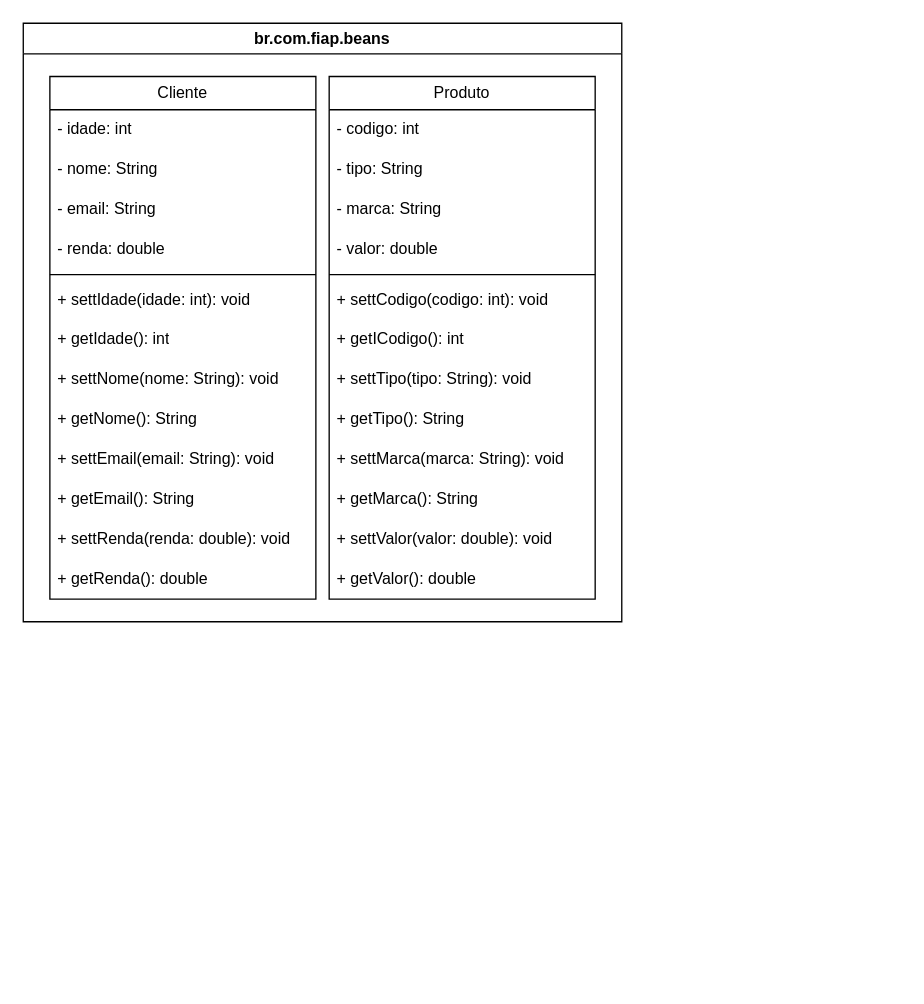
The draw.io diagram modelagem_de_classes.drawio in Gustavo-Bosak/domain-driven-design-using-java, before the edit. Source tidied: cells renumbered, new cells numbered last; positions are measured from the earlier drawing's top-left corner, leaving out a move shared by most shapes. Both pictures are drawn from the tidied source at 133%, with x=0, y=0 at pixel (23, 23).
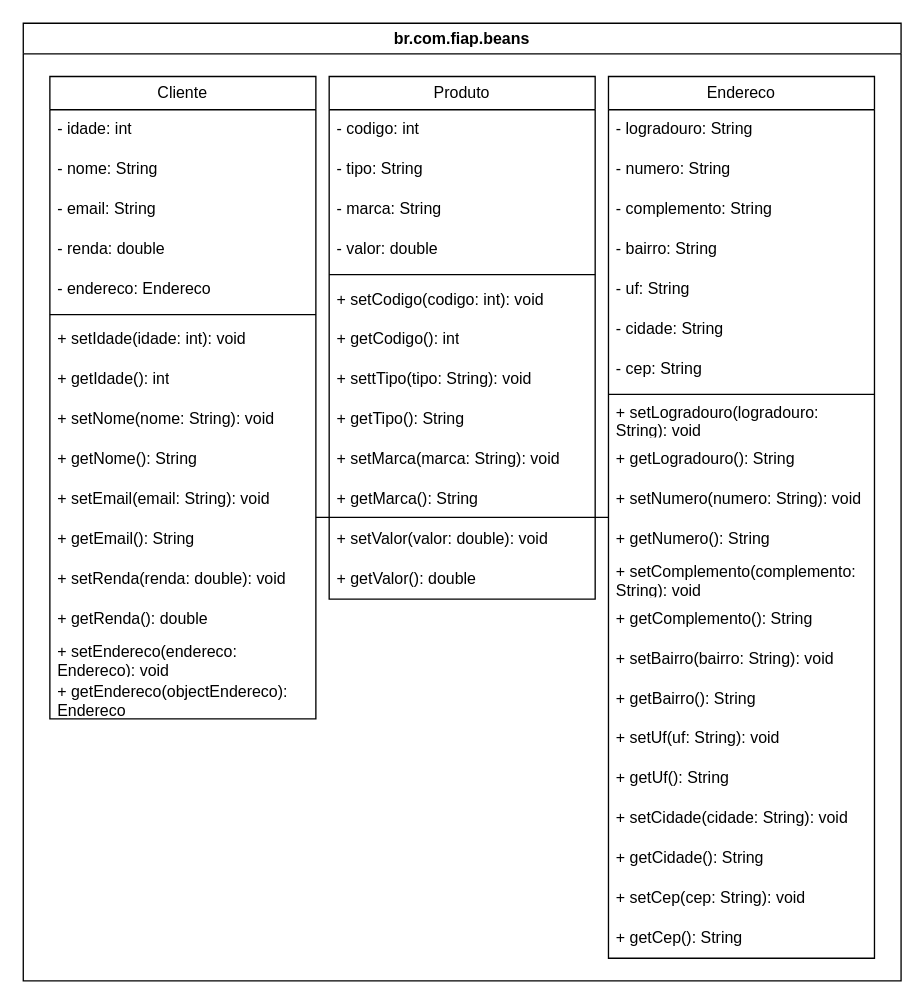
The same page after the edit.

Unchanged cells that the change refers to:
```xml
<mxCell id="17" value="Produto" style="swimlane;fontStyle=0;horizontal=1;startSize=25;whiteSpace=wrap;html=1;" parent="2" vertex="1">
  <mxGeometry x="230" y="40" width="200" height="393" as="geometry" />
</mxCell>
```

What changed in the source:
```diff
@@
     <mxCell id="2" value="br.com.fiap.beans" style="swimlane;whiteSpace=wrap;html=1;" parent="1" vertex="1">
-      <mxGeometry width="450" height="450" as="geometry" />
+      <mxGeometry width="660" height="720" as="geometry" />
     </mxCell>
     <mxCell id="3" value="Cliente" style="swimlane;fontStyle=0;horizontal=1;startSize=25;whiteSpace=wrap;html=1;" parent="2" vertex="1">
-      <mxGeometry x="20" y="40" width="200" height="393" as="geometry" />
+      <mxGeometry x="20" y="40" width="200" height="483" as="geometry" />
     </mxCell>
@@
+    <mxCell id="31" value="- endereco: Endereco" style="text;strokeColor=none;fillColor=none;align=left;verticalAlign=middle;spacingLeft=4;spacingRight=4;overflow=hidden;whiteSpace=wrap;html=1;" parent="3" vertex="1">
+      <mxGeometry y="145" width="200" height="30" as="geometry" />
+    </mxCell>
     <mxCell id="8" style="line;strokeWidth=1;fillColor=none;align=left;verticalAlign=middle;spacingTop=-1;spacingLeft=3;spacingRight=3;labelPosition=right;strokeColor=inherit;" parent="3" vertex="1">
-      <mxGeometry y="145" width="200" height="8" as="geometry" />
+      <mxGeometry y="175" width="200" height="8" as="geometry" />
     </mxCell>
-    <mxCell id="9" value="+ settIdade(idade: int): void" style="text;strokeColor=none;fillColor=none;align=left;verticalAlign=middle;spacingLeft=4;spacingRight=4;overflow=hidden;whiteSpace=wrap;html=1;" parent="3" vertex="1">
-      <mxGeometry y="153" width="200" height="30" as="geometry" />
+    <mxCell id="9" value="+ setIdade(idade: int): void" style="text;strokeColor=none;fillColor=none;align=left;verticalAlign=middle;spacingLeft=4;spacingRight=4;overflow=hidden;whiteSpace=wrap;html=1;" parent="3" vertex="1">
+      <mxGeometry y="183" width="200" height="30" as="geometry" />
     </mxCell>
     <mxCell id="10" value="+ getIdade(): int" style="text;strokeColor=none;fillColor=none;align=left;verticalAlign=middle;spacingLeft=4;spacingRight=4;overflow=hidden;whiteSpace=wrap;html=1;" parent="3" vertex="1">
-      <mxGeometry y="183" width="200" height="30" as="geometry" />
+      <mxGeometry y="213" width="200" height="30" as="geometry" />
     </mxCell>
-    <mxCell id="11" value="+ settNome(nome: String): void" style="text;strokeColor=none;fillColor=none;align=left;verticalAlign=middle;spacingLeft=4;spacingRight=4;overflow=hidden;whiteSpace=wrap;html=1;" parent="3" vertex="1">
-      <mxGeometry y="213" width="200" height="30" as="geometry" />
+    <mxCell id="11" value="+ setNome(nome: String): void" style="text;strokeColor=none;fillColor=none;align=left;verticalAlign=middle;spacingLeft=4;spacingRight=4;overflow=hidden;whiteSpace=wrap;html=1;" parent="3" vertex="1">
+      <mxGeometry y="243" width="200" height="30" as="geometry" />
     </mxCell>
     <mxCell id="12" value="+ getNome(): String" style="text;strokeColor=none;fillColor=none;align=left;verticalAlign=middle;spacingLeft=4;spacingRight=4;overflow=hidden;whiteSpace=wrap;html=1;" parent="3" vertex="1">
-      <mxGeometry y="243" width="200" height="30" as="geometry" />
+      <mxGeometry y="273" width="200" height="30" as="geometry" />
     </mxCell>
-    <mxCell id="13" value="+ settEmail(email: String): void" style="text;strokeColor=none;fillColor=none;align=left;verticalAlign=middle;spacingLeft=4;spacingRight=4;overflow=hidden;whiteSpace=wrap;html=1;" parent="3" vertex="1">
-      <mxGeometry y="273" width="200" height="30" as="geometry" />
+    <mxCell id="13" value="+ setEmail(email: String): void" style="text;strokeColor=none;fillColor=none;align=left;verticalAlign=middle;spacingLeft=4;spacingRight=4;overflow=hidden;whiteSpace=wrap;html=1;" parent="3" vertex="1">
+      <mxGeometry y="303" width="200" height="30" as="geometry" />
     </mxCell>
     <mxCell id="14" value="+ getEmail(): String" style="text;strokeColor=none;fillColor=none;align=left;verticalAlign=middle;spacingLeft=4;spacingRight=4;overflow=hidden;whiteSpace=wrap;html=1;" parent="3" vertex="1">
-      <mxGeometry y="303" width="200" height="30" as="geometry" />
+      <mxGeometry y="333" width="200" height="30" as="geometry" />
     </mxCell>
-    <mxCell id="15" value="+ settRenda(renda: double): void" style="text;strokeColor=none;fillColor=none;align=left;verticalAlign=middle;spacingLeft=4;spacingRight=4;overflow=hidden;whiteSpace=wrap;html=1;" parent="3" vertex="1">
-      <mxGeometry y="333" width="200" height="30" as="geometry" />
+    <mxCell id="15" value="+ setRenda(renda: double): void" style="text;strokeColor=none;fillColor=none;align=left;verticalAlign=middle;spacingLeft=4;spacingRight=4;overflow=hidden;whiteSpace=wrap;html=1;" parent="3" vertex="1">
+      <mxGeometry y="363" width="200" height="30" as="geometry" />
     </mxCell>
     <mxCell id="16" value="+ getRenda(): double" style="text;strokeColor=none;fillColor=none;align=left;verticalAlign=middle;spacingLeft=4;spacingRight=4;overflow=hidden;whiteSpace=wrap;html=1;" parent="3" vertex="1">
-      <mxGeometry y="363" width="200" height="30" as="geometry" />
+      <mxGeometry y="393" width="200" height="30" as="geometry" />
     </mxCell>
+    <mxCell id="32" value="+ setEndereco&lt;span style=&quot;background-color: transparent; color: light-dark(rgb(0, 0, 0), rgb(255, 255, 255));&quot;&gt;(endereco: Endereco): void&lt;/span&gt;" style="text;strokeColor=none;fillColor=none;align=left;verticalAlign=middle;spacingLeft=4;spacingRight=4;overflow=hidden;whiteSpace=wrap;html=1;" parent="3" vertex="1">
+      <mxGeometry y="423" width="200" height="30" as="geometry" />
+    </mxCell>
+    <mxCell id="33" value="+ getEndereco(objectEndereco): Endereco" style="text;strokeColor=none;fillColor=none;align=left;verticalAlign=middle;spacingLeft=4;spacingRight=4;overflow=hidden;whiteSpace=wrap;html=1;" parent="3" vertex="1">
+      <mxGeometry y="453" width="200" height="30" as="geometry" />
+    </mxCell>
@@
-    <mxCell id="23" value="+ settCodigo(codigo: int): void" style="text;strokeColor=none;fillColor=none;align=left;verticalAlign=middle;spacingLeft=4;spacingRight=4;overflow=hidden;whiteSpace=wrap;html=1;" parent="17" vertex="1">
+    <mxCell id="23" value="+ setCodigo(codigo: int): void" style="text;strokeColor=none;fillColor=none;align=left;verticalAlign=middle;spacingLeft=4;spacingRight=4;overflow=hidden;whiteSpace=wrap;html=1;" parent="17" vertex="1">
       <mxGeometry y="153" width="200" height="30" as="geometry" />
     </mxCell>
-    <mxCell id="24" value="+ getICodigo(): int" style="text;strokeColor=none;fillColor=none;align=left;verticalAlign=middle;spacingLeft=4;spacingRight=4;overflow=hidden;whiteSpace=wrap;html=1;" parent="17" vertex="1">
+    <mxCell id="24" value="+ getCodigo(): int" style="text;strokeColor=none;fillColor=none;align=left;verticalAlign=middle;spacingLeft=4;spacingRight=4;overflow=hidden;whiteSpace=wrap;html=1;" parent="17" vertex="1">
       <mxGeometry y="183" width="200" height="30" as="geometry" />
     </mxCell>
@@
-    <mxCell id="27" value="+ settMarca(marca: String): void" style="text;strokeColor=none;fillColor=none;align=left;verticalAlign=middle;spacingLeft=4;spacingRight=4;overflow=hidden;whiteSpace=wrap;html=1;" parent="17" vertex="1">
+    <mxCell id="27" value="+ setMarca(marca: String): void" style="text;strokeColor=none;fillColor=none;align=left;verticalAlign=middle;spacingLeft=4;spacingRight=4;overflow=hidden;whiteSpace=wrap;html=1;" parent="17" vertex="1">
       <mxGeometry y="273" width="200" height="30" as="geometry" />
     </mxCell>
@@
-    <mxCell id="29" value="+ settValor(valor: double): void" style="text;strokeColor=none;fillColor=none;align=left;verticalAlign=middle;spacingLeft=4;spacingRight=4;overflow=hidden;whiteSpace=wrap;html=1;" parent="17" vertex="1">
+    <mxCell id="29" value="+ setValor(valor: double): void" style="text;strokeColor=none;fillColor=none;align=left;verticalAlign=middle;spacingLeft=4;spacingRight=4;overflow=hidden;whiteSpace=wrap;html=1;" parent="17" vertex="1">
       <mxGeometry y="333" width="200" height="30" as="geometry" />
     </mxCell>
@@
+    <mxCell id="34" style="edgeStyle=orthogonalEdgeStyle;rounded=0;jettySize=auto;html=1;endArrow=none;startFill=0;" parent="2" edge="1" source="35" target="3">
+      <mxGeometry relative="1" as="geometry">
+        <Array as="points">
+          <mxPoint x="120" y="520" />
+        </Array>
+      </mxGeometry>
+    </mxCell>
+    <mxCell id="35" value="Endereco" style="swimlane;fontStyle=0;horizontal=1;startSize=25;whiteSpace=wrap;html=1;" parent="2" vertex="1">
+      <mxGeometry x="440" y="40" width="200" height="663" as="geometry" />
+    </mxCell>
+    <mxCell id="36" value="- logradouro: String" style="text;strokeColor=none;fillColor=none;align=left;verticalAlign=middle;spacingLeft=4;spacingRight=4;overflow=hidden;whiteSpace=wrap;html=1;fontSize=12;spacing=2;" parent="35" vertex="1">
+      <mxGeometry y="25" width="200" height="30" as="geometry" />
+    </mxCell>
+    <mxCell id="37" value="- numero: String" style="text;strokeColor=none;fillColor=none;align=left;verticalAlign=middle;spacingLeft=4;spacingRight=4;overflow=hidden;whiteSpace=wrap;html=1;" parent="35" vertex="1">
+      <mxGeometry y="55" width="200" height="30" as="geometry" />
+    </mxCell>
+    <mxCell id="38" value="- complemento: String" style="text;strokeColor=none;fillColor=none;align=left;verticalAlign=middle;spacingLeft=4;spacingRight=4;overflow=hidden;whiteSpace=wrap;html=1;" parent="35" vertex="1">
+      <mxGeometry y="85" width="200" height="30" as="geometry" />
+    </mxCell>
+    <mxCell id="39" value="- bairro: String" style="text;strokeColor=none;fillColor=none;align=left;verticalAlign=middle;spacingLeft=4;spacingRight=4;overflow=hidden;whiteSpace=wrap;html=1;" parent="35" vertex="1">
+      <mxGeometry y="115" width="200" height="30" as="geometry" />
+    </mxCell>
+    <mxCell id="40" value="- uf: String" style="text;strokeColor=none;fillColor=none;align=left;verticalAlign=middle;spacingLeft=4;spacingRight=4;overflow=hidden;whiteSpace=wrap;html=1;" parent="35" vertex="1">
+      <mxGeometry y="145" width="200" height="30" as="geometry" />
+    </mxCell>
+    <mxCell id="41" value="- cidade: String" style="text;strokeColor=none;fillColor=none;align=left;verticalAlign=middle;spacingLeft=4;spacingRight=4;overflow=hidden;whiteSpace=wrap;html=1;" parent="35" vertex="1">
+      <mxGeometry y="175" width="200" height="30" as="geometry" />
+    </mxCell>
+    <mxCell id="42" value="- cep: String" style="text;strokeColor=none;fillColor=none;align=left;verticalAlign=middle;spacingLeft=4;spacingRight=4;overflow=hidden;whiteSpace=wrap;html=1;" parent="35" vertex="1">
+      <mxGeometry y="205" width="200" height="30" as="geometry" />
+    </mxCell>
+    <mxCell id="43" style="line;strokeWidth=1;fillColor=none;align=left;verticalAlign=middle;spacingTop=-1;spacingLeft=3;spacingRight=3;labelPosition=right;strokeColor=inherit;" parent="35" vertex="1">
+      <mxGeometry y="235" width="200" height="8" as="geometry" />
+    </mxCell>
+    <mxCell id="44" value="+ setLogradouro(logradouro: String): void" style="text;strokeColor=none;fillColor=none;align=left;verticalAlign=middle;spacingLeft=4;spacingRight=4;overflow=hidden;whiteSpace=wrap;html=1;" parent="35" vertex="1">
+      <mxGeometry y="243" width="200" height="30" as="geometry" />
+    </mxCell>
+    <mxCell id="45" value="+ getLogradouro(): String" style="text;strokeColor=none;fillColor=none;align=left;verticalAlign=middle;spacingLeft=4;spacingRight=4;overflow=hidden;whiteSpace=wrap;html=1;" parent="35" vertex="1">
+      <mxGeometry y="273" width="200" height="30" as="geometry" />
+    </mxCell>
+    <mxCell id="46" value="+ setNumero(numero: String): void" style="text;strokeColor=none;fillColor=none;align=left;verticalAlign=middle;spacingLeft=4;spacingRight=4;overflow=hidden;whiteSpace=wrap;html=1;" parent="35" vertex="1">
+      <mxGeometry y="303" width="200" height="30" as="geometry" />
+    </mxCell>
+    <mxCell id="47" value="+ getNumero(): String" style="text;strokeColor=none;fillColor=none;align=left;verticalAlign=middle;spacingLeft=4;spacingRight=4;overflow=hidden;whiteSpace=wrap;html=1;" parent="35" vertex="1">
+      <mxGeometry y="333" width="200" height="30" as="geometry" />
+    </mxCell>
+    <mxCell id="48" value="+ setComplemento(complemento: String): void" style="text;strokeColor=none;fillColor=none;align=left;verticalAlign=middle;spacingLeft=4;spacingRight=4;overflow=hidden;whiteSpace=wrap;html=1;" parent="35" vertex="1">
+      <mxGeometry y="363" width="200" height="30" as="geometry" />
+    </mxCell>
+    <mxCell id="49" value="+ getComplemento(): String" style="text;strokeColor=none;fillColor=none;align=left;verticalAlign=middle;spacingLeft=4;spacingRight=4;overflow=hidden;whiteSpace=wrap;html=1;" parent="35" vertex="1">
+      <mxGeometry y="393" width="200" height="30" as="geometry" />
+    </mxCell>
+    <mxCell id="50" value="+ setBairro(bairro: String): void" style="text;strokeColor=none;fillColor=none;align=left;verticalAlign=middle;spacingLeft=4;spacingRight=4;overflow=hidden;whiteSpace=wrap;html=1;" parent="35" vertex="1">
+      <mxGeometry y="423" width="200" height="30" as="geometry" />
+    </mxCell>
+    <mxCell id="51" value="+ getBairro&lt;span style=&quot;background-color: transparent; color: light-dark(rgb(0, 0, 0), rgb(255, 255, 255));&quot;&gt;(): String&lt;/span&gt;" style="text;strokeColor=none;fillColor=none;align=left;verticalAlign=middle;spacingLeft=4;spacingRight=4;overflow=hidden;whiteSpace=wrap;html=1;" parent="35" vertex="1">
+      <mxGeometry y="453" width="200" height="30" as="geometry" />
+    </mxCell>
+    <mxCell id="52" value="+ setUf(uf: String): void" style="text;strokeColor=none;fillColor=none;align=left;verticalAlign=middle;spacingLeft=4;spacingRight=4;overflow=hidden;whiteSpace=wrap;html=1;" parent="35" vertex="1">
+      <mxGeometry y="483" width="200" height="30" as="geometry" />
+    </mxCell>
+    <mxCell id="53" value="+ getUf(): String" style="text;strokeColor=none;fillColor=none;align=left;verticalAlign=middle;spacingLeft=4;spacingRight=4;overflow=hidden;whiteSpace=wrap;html=1;" parent="35" vertex="1">
+      <mxGeometry y="513" width="200" height="30" as="geometry" />
+    </mxCell>
+    <mxCell id="54" value="+ se&lt;span style=&quot;background-color: transparent; color: light-dark(rgb(0, 0, 0), rgb(255, 255, 255));&quot;&gt;tCidade(cidade: String): void&lt;/span&gt;" style="text;strokeColor=none;fillColor=none;align=left;verticalAlign=middle;spacingLeft=4;spacingRight=4;overflow=hidden;whiteSpace=wrap;html=1;" parent="35" vertex="1">
+      <mxGeometry y="543" width="200" height="30" as="geometry" />
+    </mxCell>
+    <mxCell id="55" value="+ getCidade(): String" style="text;strokeColor=none;fillColor=none;align=left;verticalAlign=middle;spacingLeft=4;spacingRight=4;overflow=hidden;whiteSpace=wrap;html=1;" parent="35" vertex="1">
+      <mxGeometry y="573" width="200" height="30" as="geometry" />
+    </mxCell>
+    <mxCell id="56" value="+ setCep(cep: String): void" style="text;strokeColor=none;fillColor=none;align=left;verticalAlign=middle;spacingLeft=4;spacingRight=4;overflow=hidden;whiteSpace=wrap;html=1;" parent="35" vertex="1">
+      <mxGeometry y="603" width="200" height="30" as="geometry" />
+    </mxCell>
+    <mxCell id="57" value="+ getCep(): String" style="text;strokeColor=none;fillColor=none;align=left;verticalAlign=middle;spacingLeft=4;spacingRight=4;overflow=hidden;whiteSpace=wrap;html=1;" parent="35" vertex="1">
+      <mxGeometry y="633" width="200" height="30" as="geometry" />
+    </mxCell>
```
